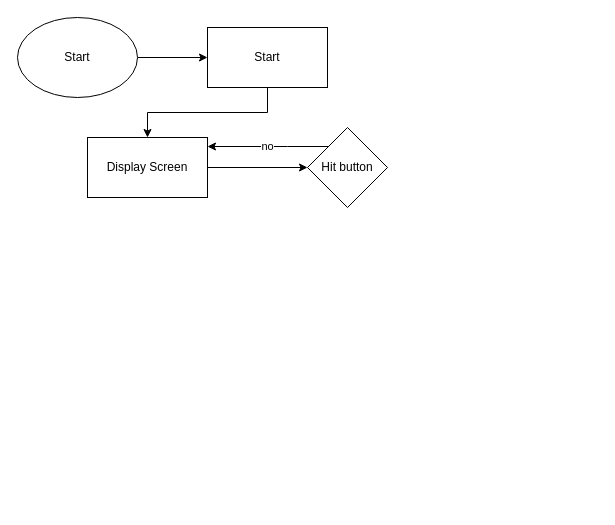
The draw.io diagram page "Interface" (1 of 3) of .github/Flowcharts/Read from File.drawio in NPITX-programs/ReadFromName, before the edit. Source tidied: cells renumbered, new cells numbered last; positions are measured from the earlier drawing's top-left corner, leaving out a move shared by most shapes. Both pictures are drawn from the tidied source at 100%, with x=0, y=0 at pixel (17, 17).
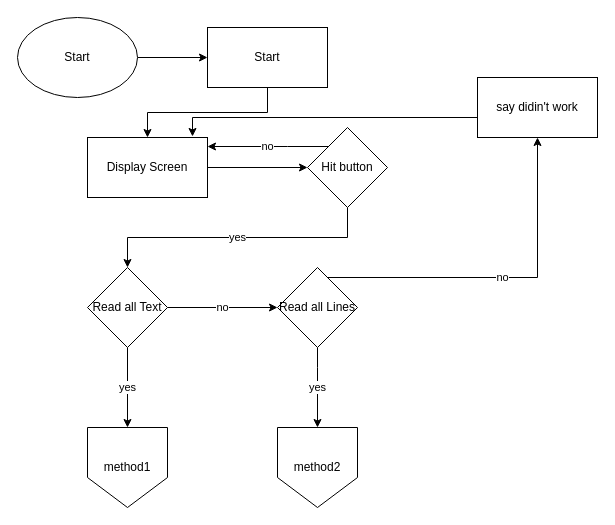
After the change.

Unchanged cells that the change refers to:
```xml
<mxCell id="6" value="Hit button" style="rhombus;whiteSpace=wrap;html=1;" parent="1" vertex="1">
  <mxGeometry x="290" y="110" width="80" height="80" as="geometry" />
</mxCell>
<mxCell id="8" value="Display Screen" style="rounded=0;whiteSpace=wrap;html=1;" parent="1" vertex="1">
  <mxGeometry x="70" y="120" width="120" height="60" as="geometry" />
</mxCell>
```

The edit, as a diff of the source:
```diff
@@
+    <mxCell id="10" value="yes" style="edgeStyle=orthogonalEdgeStyle;rounded=0;jettySize=auto;html=1;" parent="1" edge="1" source="6" target="15">
+      <mxGeometry relative="1" as="geometry">
+        <Array as="points">
+          <mxPoint x="330" y="220" />
+          <mxPoint x="110" y="220" />
+        </Array>
+      </mxGeometry>
+    </mxCell>
@@
+    <mxCell id="11" value="method1" style="shape=offPageConnector;whiteSpace=wrap;html=1;" parent="1" vertex="1">
+      <mxGeometry x="70" y="410" width="80" height="80" as="geometry" />
+    </mxCell>
+    <mxCell id="12" value="method2" style="shape=offPageConnector;whiteSpace=wrap;html=1;" parent="1" vertex="1">
+      <mxGeometry x="260" y="410" width="80" height="80" as="geometry" />
+    </mxCell>
+    <mxCell id="13" value="yes" style="edgeStyle=orthogonalEdgeStyle;rounded=0;jettySize=auto;html=1;" parent="1" edge="1" source="15" target="11">
+      <mxGeometry relative="1" as="geometry" />
+    </mxCell>
+    <mxCell id="14" value="no" style="edgeStyle=orthogonalEdgeStyle;rounded=0;jettySize=auto;html=1;" parent="1" edge="1" source="15" target="18">
+      <mxGeometry relative="1" as="geometry" />
+    </mxCell>
+    <mxCell id="15" value="Read all Text" style="rhombus;whiteSpace=wrap;html=1;" parent="1" vertex="1">
+      <mxGeometry x="70" y="250" width="80" height="80" as="geometry" />
+    </mxCell>
+    <mxCell id="16" value="yes" style="edgeStyle=orthogonalEdgeStyle;rounded=0;jettySize=auto;html=1;" parent="1" edge="1" source="18" target="12">
+      <mxGeometry relative="1" as="geometry">
+        <Array as="points">
+          <mxPoint x="300" y="350" />
+          <mxPoint x="300" y="350" />
+        </Array>
+      </mxGeometry>
+    </mxCell>
+    <mxCell id="17" value="no" style="edgeStyle=orthogonalEdgeStyle;rounded=0;jettySize=auto;html=1;" parent="1" edge="1" source="18" target="19">
+      <mxGeometry relative="1" as="geometry">
+        <Array as="points">
+          <mxPoint x="520" y="260" />
+        </Array>
+      </mxGeometry>
+    </mxCell>
+    <mxCell id="18" value="Read all Lines" style="rhombus;whiteSpace=wrap;html=1;" parent="1" vertex="1">
+      <mxGeometry x="260" y="250" width="80" height="80" as="geometry" />
+    </mxCell>
+    <mxCell id="19" value="say didin't work" style="rounded=0;whiteSpace=wrap;html=1;" parent="1" vertex="1">
+      <mxGeometry x="460" y="60" width="120" height="60" as="geometry" />
+    </mxCell>
+    <mxCell id="20" style="edgeStyle=orthogonalEdgeStyle;rounded=0;jettySize=auto;html=1;entryX=0.875;entryY=-0.017;entryDx=0;entryDy=0;entryPerimeter=0;" parent="1" edge="1" source="19" target="8">
+      <mxGeometry relative="1" as="geometry">
+        <Array as="points">
+          <mxPoint x="175" y="100" />
+        </Array>
+      </mxGeometry>
+    </mxCell>
```
